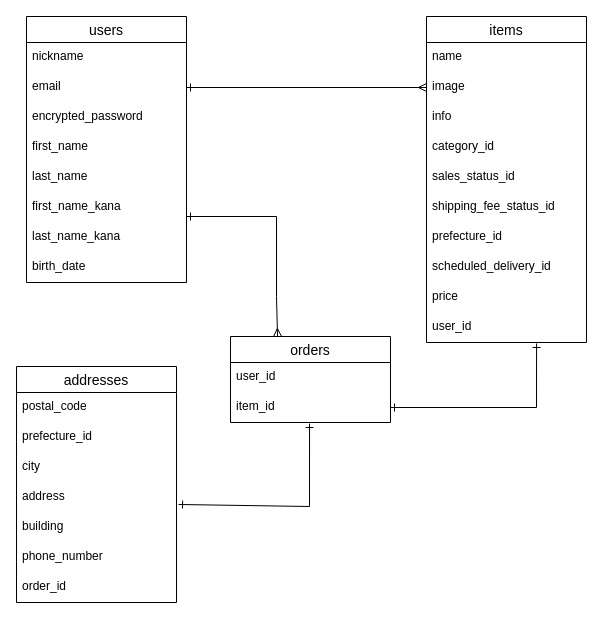
Before: database.dio in masaki0102/furima-31503, a draw.io diagram. Source tidied: cells renumbered, new cells numbered last; positions are measured from the earlier drawing's top-left corner, leaving out a move shared by most shapes. Both pictures are drawn from the tidied source at 100%, with x=0, y=0 at pixel (16, 16).
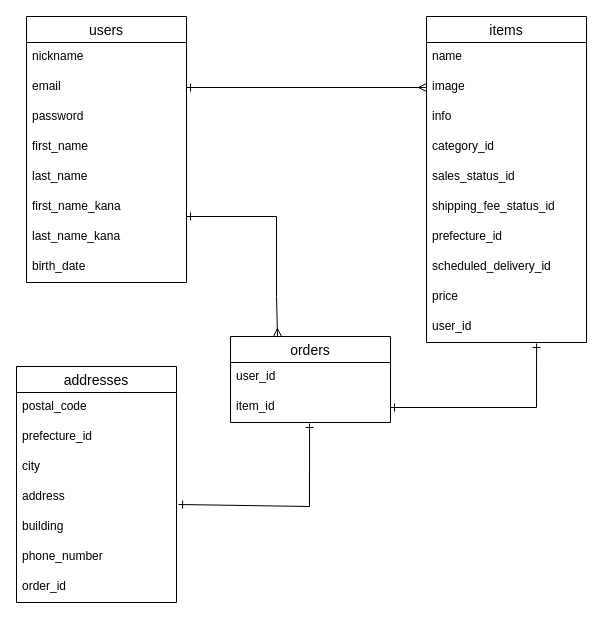
The same diagram, later.

The change refers to these unchanged cells:
```xml
<mxCell id="5" value="users" style="swimlane;fontStyle=0;horizontal=1;startSize=26;align=center;fontSize=14;" parent="1" vertex="1">
  <mxGeometry x="10" width="160" height="266" as="geometry" />
</mxCell>
```

The edit, as a diff of the source:
```diff
@@
-    <mxCell id="8" value="encrypted_password" style="text;strokeColor=none;fillColor=none;spacingLeft=4;spacingRight=4;overflow=hidden;fontSize=12;" parent="5" vertex="1">
+    <mxCell id="8" value="password" style="text;strokeColor=none;fillColor=none;spacingLeft=4;spacingRight=4;overflow=hidden;fontSize=12;" parent="5" vertex="1">
       <mxGeometry y="86" width="160" height="30" as="geometry" />
     </mxCell>
```
